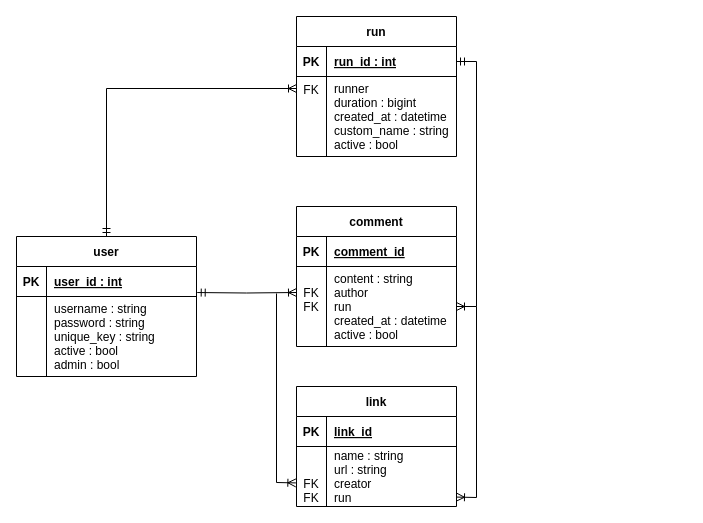
This is Eindoplevering/Diagrams/PlatformSpeedRunnerDatabaseDiagram(v2).drawio from Thomas-Molen/S2CMKThomasvanderMolen, a draw.io file, before an edit. Source tidied: cells renumbered, new cells numbered last; positions are measured from the earlier drawing's top-left corner, leaving out a move shared by most shapes. Both pictures are drawn from the tidied source at 100%, with x=0, y=0 at pixel (16, 16).
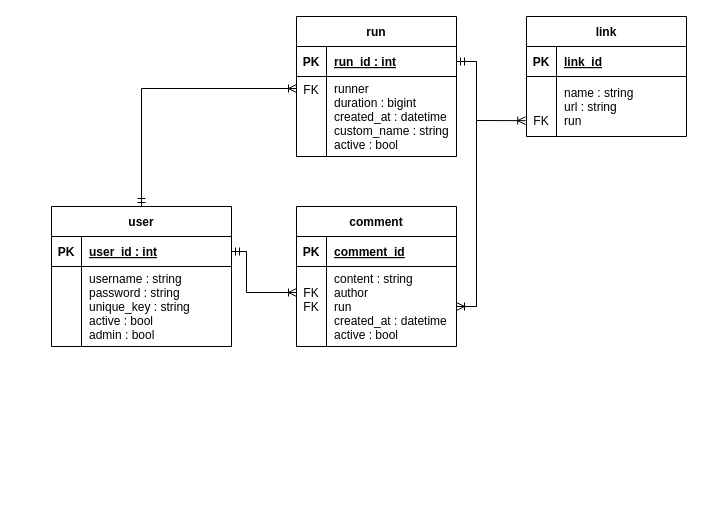
The same page after the edit.

Unchanged cells that the change refers to:
```xml
<mxCell id="3" style="shape=partialRectangle;fillColor=none;points=[[0,0.5],[1,0.5]];portConstraint=eastwest;top=0;left=0;right=0;bottom=1;" parent="2" vertex="1">
  <mxGeometry y="30" width="180" height="30" as="geometry" />
</mxCell>
<mxCell id="30" style="shape=partialRectangle;fillColor=none;points=[[0,0.5],[1,0.5]];portConstraint=eastwest;top=0;left=0;right=0;bottom=0;" parent="26" vertex="1">
  <mxGeometry y="60" width="160" height="60" as="geometry" />
</mxCell>
```

The edit, as a diff of the source:
```diff
@@
     <mxCell id="2" value="user" style="shape=table;startSize=30;childLayout=tableLayout;rowLines=0;fontStyle=1;align=center;" parent="1" vertex="1">
-      <mxGeometry y="220" width="180" height="140" as="geometry" />
+      <mxGeometry x="35" y="190" width="180" height="140" as="geometry" />
     </mxCell>
@@
     <mxCell id="23" style="edgeStyle=orthogonalEdgeStyle;rounded=0;jettySize=auto;html=1;startArrow=ERmandOne;startFill=0;endArrow=ERoneToMany;endFill=0;exitX=0.5;exitY=0;exitDx=0;exitDy=0;" parent="1" edge="1" source="2">
       <mxGeometry relative="1" as="geometry">
         <mxPoint x="280" y="72" as="targetPoint" />
         <Array as="points">
-          <mxPoint x="90" y="72" />
+          <mxPoint x="125" y="72" />
         </Array>
       </mxGeometry>
     </mxCell>
@@
-    <mxCell id="25" style="edgeStyle=orthogonalEdgeStyle;rounded=0;jettySize=auto;html=1;startArrow=ERoneToMany;startFill=0;endArrow=ERmandOne;endFill=0;entryX=1.004;entryY=0.868;entryDx=0;entryDy=0;entryPerimeter=0;" parent="1" edge="1" target="3">
+    <mxCell id="25" style="edgeStyle=orthogonalEdgeStyle;rounded=0;jettySize=auto;html=1;startArrow=ERoneToMany;startFill=0;endArrow=ERmandOne;endFill=0;entryX=1;entryY=0.5;entryDx=0;entryDy=0;" parent="1" edge="1" target="3">
       <mxGeometry relative="1" as="geometry">
         <mxPoint x="280" y="276" as="sourcePoint" />
+        <Array as="points">
+          <mxPoint x="230" y="276" />
+          <mxPoint x="230" y="235" />
+        </Array>
       </mxGeometry>
     </mxCell>
     <mxCell id="26" value="link" style="shape=table;startSize=30;childLayout=tableLayout;rowLines=0;fontStyle=1;align=center;" parent="1" vertex="1">
-      <mxGeometry x="280" y="370" width="160" height="120" as="geometry" />
+      <mxGeometry x="510" width="160" height="120" as="geometry" />
     </mxCell>
@@
-    <mxCell id="31" value="&#10;&#10;FK&#10;FK" style="shape=partialRectangle;overflow=hidden;fillColor=none;top=0;left=0;bottom=0;right=0;" parent="30" vertex="1">
+    <mxCell id="31" value="&#10;&#10;FK" style="shape=partialRectangle;overflow=hidden;fillColor=none;top=0;left=0;bottom=0;right=0;" parent="30" vertex="1">
       <mxGeometry width="30" height="60" as="geometry" />
     </mxCell>
-    <mxCell id="32" value="name : string&#10;url : string&#10;creator&#10;run" style="shape=partialRectangle;overflow=hidden;fillColor=none;top=0;left=0;bottom=0;right=0;align=left;spacingLeft=6;" parent="30" vertex="1">
+    <mxCell id="32" value="name : string&#10;url : string&#10;run" style="shape=partialRectangle;overflow=hidden;fillColor=none;top=0;left=0;bottom=0;right=0;align=left;spacingLeft=6;" parent="30" vertex="1">
       <mxGeometry x="30" width="130" height="60" as="geometry" />
     </mxCell>
-    <mxCell id="33" style="endArrow=none;html=1;exitX=1;exitY=0.843;exitDx=0;exitDy=0;exitPerimeter=0;rounded=0;startArrow=ERoneToMany;startFill=0;" parent="1" edge="1" source="30">
+    <mxCell id="33" style="endArrow=none;html=1;exitX=-0.005;exitY=0.736;exitDx=0;exitDy=0;exitPerimeter=0;rounded=0;startArrow=ERoneToMany;startFill=0;" parent="1" edge="1" source="30">
       <mxGeometry relative="1" as="geometry">
         <mxPoint x="460" y="290" as="targetPoint" />
         <Array as="points">
-          <mxPoint x="460" y="481" />
+          <mxPoint x="460" y="104" />
         </Array>
       </mxGeometry>
     </mxCell>
-    <mxCell id="34" style="endArrow=none;html=1;exitX=-0.004;exitY=0.607;exitDx=0;exitDy=0;rounded=0;startArrow=ERoneToMany;startFill=0;exitPerimeter=0;" parent="1" edge="1" source="30">
-      <mxGeometry relative="1" as="geometry">
-        <mxPoint x="260" y="277" as="targetPoint" />
-        <Array as="points">
-          <mxPoint x="260" y="466" />
-        </Array>
-      </mxGeometry>
-    </mxCell>
```
